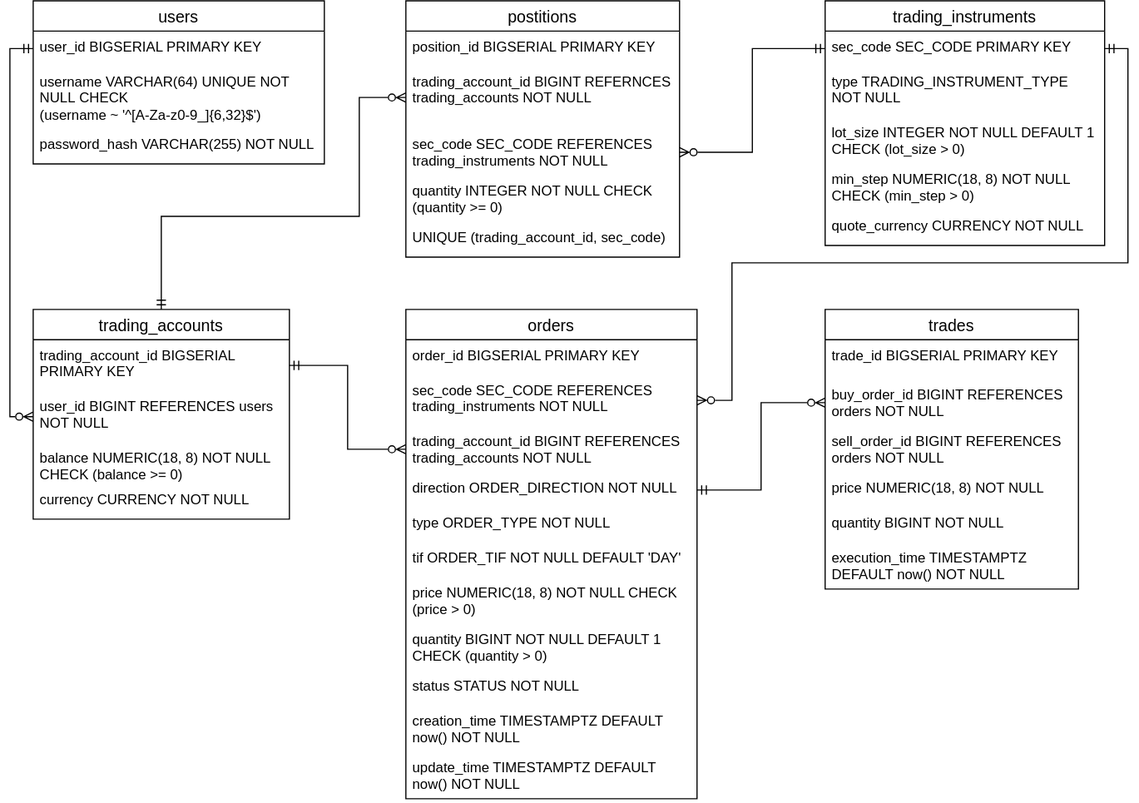
This is doc/physical-model.svg from vodobryshkin/mini-exchange, a draw.io export, as it was before one commit. Source tidied: cells renumbered, new cells last; positions are measured from the earlier drawing's top-left corner, leaving out a move shared by most shapes.
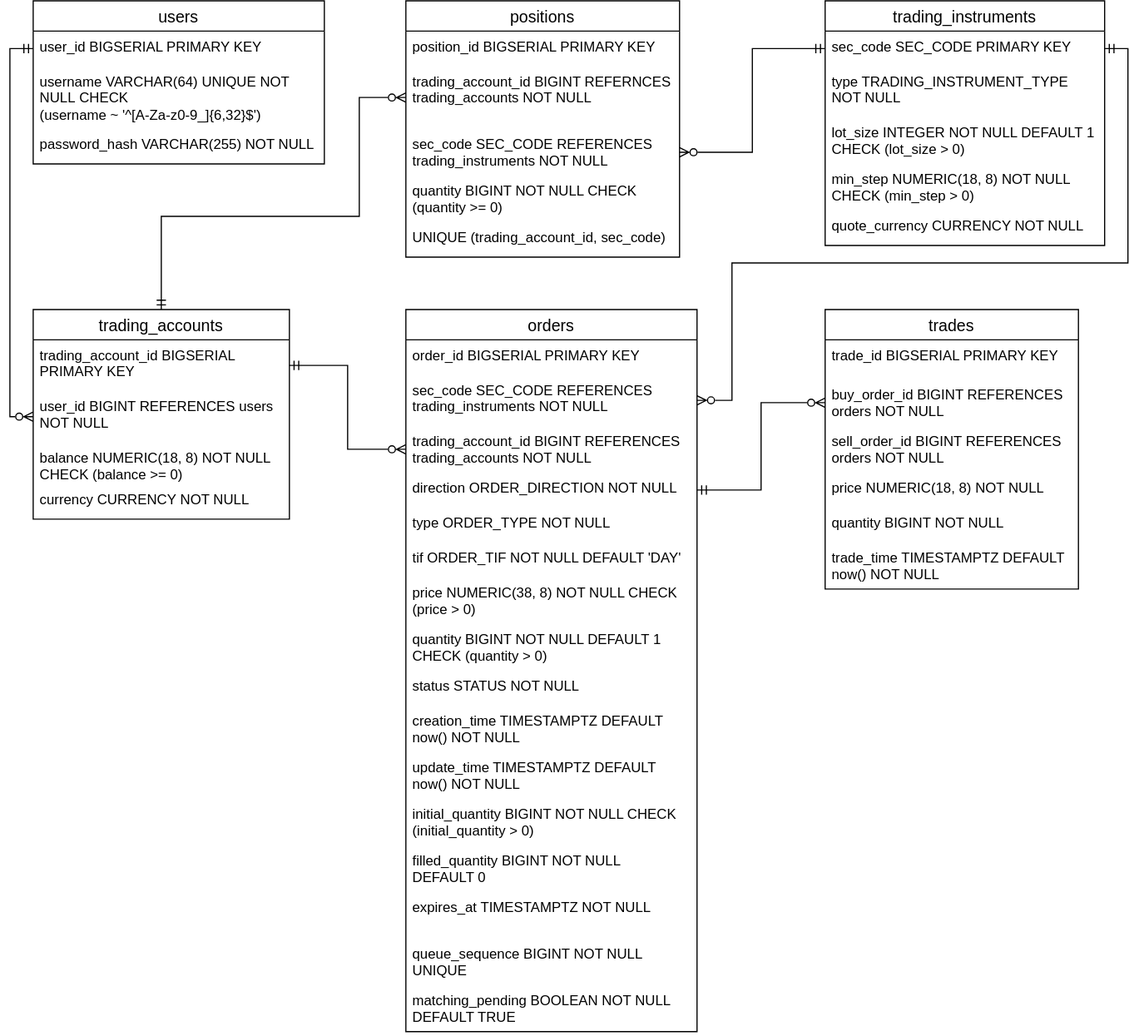
After the change.

Commit message:
Обновил физическую модель и синхронизировал с compose.yaml

Diff of the diagram source:
```diff
@@ -48,7 +48,7 @@
       <mxGeometry y="150" width="220" height="30" as="geometry" />
     </mxCell>
     <mxCell id="17" value="orders" style="swimlane;fontStyle=0;horizontal=1;startSize=26;align=center;fontSize=14;" parent="1" vertex="1">
-      <mxGeometry x="320" y="265" width="250" height="420" as="geometry" />
+      <mxGeometry x="320" y="265" width="250" height="620" as="geometry" />
     </mxCell>
     <mxCell id="18" value="order_id BIGSERIAL PRIMARY KEY" style="text;strokeColor=none;fillColor=none;spacingLeft=4;spacingRight=4;overflow=hidden;fontSize=12;whiteSpace=wrap;html=1;" parent="17" vertex="1">
       <mxGeometry y="26" width="250" height="30" as="geometry" />
@@ -68,7 +68,7 @@
     <mxCell id="23" value="tif ORDER_TIF NOT NULL DEFAULT 'DAY'" style="text;strokeColor=none;fillColor=none;spacingLeft=4;spacingRight=4;overflow=hidden;fontSize=12;whiteSpace=wrap;html=1;" parent="17" vertex="1">
       <mxGeometry y="200" width="250" height="30" as="geometry" />
     </mxCell>
-    <mxCell id="24" value="price NUMERIC(18, 8) NOT NULL CHECK (price &amp;gt; 0)" style="text;strokeColor=none;fillColor=none;spacingLeft=4;spacingRight=4;overflow=hidden;fontSize=12;whiteSpace=wrap;html=1;" parent="17" vertex="1">
+    <mxCell id="24" value="price NUMERIC(38, 8) NOT NULL CHECK (price &amp;gt; 0)" style="text;strokeColor=none;fillColor=none;spacingLeft=4;spacingRight=4;overflow=hidden;fontSize=12;whiteSpace=wrap;html=1;" parent="17" vertex="1">
       <mxGeometry y="230" width="250" height="40" as="geometry" />
     </mxCell>
     <mxCell id="25" value="quantity BIGINT NOT NULL DEFAULT 1 CHECK (quantity &amp;gt; 0)" style="text;strokeColor=none;fillColor=none;spacingLeft=4;spacingRight=4;overflow=hidden;fontSize=12;whiteSpace=wrap;html=1;" parent="17" vertex="1">
@@ -83,6 +83,21 @@
     <mxCell id="28" value="update_time TIMESTAMPTZ DEFAULT now() NOT NULL" style="text;strokeColor=none;fillColor=none;spacingLeft=4;spacingRight=4;overflow=hidden;fontSize=12;whiteSpace=wrap;html=1;" parent="17" vertex="1">
       <mxGeometry y="380" width="250" height="40" as="geometry" />
     </mxCell>
+    <mxCell id="48" value="initial_quantity BIGINT NOT NULL CHECK (initial_quantity &amp;gt; 0)" style="text;strokeColor=none;fillColor=none;spacingLeft=4;spacingRight=4;overflow=hidden;fontSize=12;whiteSpace=wrap;html=1;" parent="17" vertex="1">
+      <mxGeometry y="420" width="250" height="40" as="geometry" />
+    </mxCell>
+    <mxCell id="49" value="filled_quantity BIGINT NOT NULL &lt;br&gt;DEFAULT 0" style="text;strokeColor=none;fillColor=none;spacingLeft=4;spacingRight=4;overflow=hidden;fontSize=12;whiteSpace=wrap;html=1;" parent="17" vertex="1">
+      <mxGeometry y="460" width="250" height="40" as="geometry" />
+    </mxCell>
+    <mxCell id="50" value="expires_at TIMESTAMPTZ NOT NULL" style="text;strokeColor=none;fillColor=none;spacingLeft=4;spacingRight=4;overflow=hidden;fontSize=12;whiteSpace=wrap;html=1;" parent="17" vertex="1">
+      <mxGeometry y="500" width="250" height="40" as="geometry" />
+    </mxCell>
+    <mxCell id="51" value="queue_sequence BIGINT NOT NULL UNIQUE" style="text;strokeColor=none;fillColor=none;spacingLeft=4;spacingRight=4;overflow=hidden;fontSize=12;whiteSpace=wrap;html=1;" parent="17" vertex="1">
+      <mxGeometry y="540" width="250" height="40" as="geometry" />
+    </mxCell>
+    <mxCell id="52" value="matching_pending BOOLEAN NOT NULL DEFAULT TRUE" style="text;strokeColor=none;fillColor=none;spacingLeft=4;spacingRight=4;overflow=hidden;fontSize=12;whiteSpace=wrap;html=1;" parent="17" vertex="1">
+      <mxGeometry y="580" width="250" height="40" as="geometry" />
+    </mxCell>
     <mxCell id="29" style="edgeStyle=orthogonalEdgeStyle;rounded=0;jettySize=auto;html=1;entryX=0;entryY=0.5;entryDx=0;entryDy=0;exitX=0;exitY=0.5;exitDx=0;exitDy=0;startArrow=ERmandOne;startFill=0;endArrow=ERzeroToMany;endFill=0;" parent="1" edge="1" source="3" target="14">
       <mxGeometry relative="1" as="geometry" />
     </mxCell>
@@ -117,13 +132,13 @@
     <mxCell id="37" value="quantity BIGINT&amp;nbsp;NOT NULL" style="text;strokeColor=none;fillColor=none;spacingLeft=4;spacingRight=4;overflow=hidden;fontSize=12;whiteSpace=wrap;html=1;" parent="32" vertex="1">
       <mxGeometry y="170" width="217.5" height="30" as="geometry" />
     </mxCell>
-    <mxCell id="38" value="execution_time TIMESTAMPTZ DEFAULT now() NOT NULL" style="text;strokeColor=none;fillColor=none;spacingLeft=4;spacingRight=4;overflow=hidden;fontSize=12;whiteSpace=wrap;html=1;" parent="32" vertex="1">
+    <mxCell id="38" value="trade_time TIMESTAMPTZ DEFAULT now() NOT NULL" style="text;strokeColor=none;fillColor=none;spacingLeft=4;spacingRight=4;overflow=hidden;fontSize=12;whiteSpace=wrap;html=1;" parent="32" vertex="1">
       <mxGeometry y="200" width="217.5" height="40" as="geometry" />
     </mxCell>
     <mxCell id="39" style="edgeStyle=orthogonalEdgeStyle;rounded=0;jettySize=auto;html=1;entryX=0;entryY=0.5;entryDx=0;entryDy=0;startArrow=ERmandOne;startFill=0;endArrow=ERzeroToMany;endFill=0;" parent="1" edge="1" source="21" target="34">
       <mxGeometry relative="1" as="geometry" />
     </mxCell>
-    <mxCell id="40" value="postitions" style="swimlane;fontStyle=0;horizontal=1;startSize=26;align=center;fontSize=14;" parent="1" vertex="1">
+    <mxCell id="40" value="positions" style="swimlane;fontStyle=0;horizontal=1;startSize=26;align=center;fontSize=14;" parent="1" vertex="1">
       <mxGeometry x="320" width="235" height="220" as="geometry" />
     </mxCell>
     <mxCell id="41" value="position_id BIGSERIAL PRIMARY KEY" style="text;strokeColor=none;fillColor=none;spacingLeft=4;spacingRight=4;overflow=hidden;fontSize=12;whiteSpace=wrap;html=1;" parent="40" vertex="1">
@@ -135,7 +150,7 @@
     <mxCell id="43" value="sec_code SEC_CODE REFERENCES trading_instruments NOT NULL" style="text;strokeColor=none;fillColor=none;spacingLeft=4;spacingRight=4;overflow=hidden;points=[[0,0.5],[1,0.5]];portConstraint=eastwest;fontSize=12;whiteSpace=wrap;html=1;" parent="40" vertex="1">
       <mxGeometry y="110" width="235" height="40" as="geometry" />
     </mxCell>
-    <mxCell id="44" value="quantity INTEGER NOT NULL CHECK (quantity &amp;gt;= 0)" style="text;strokeColor=none;fillColor=none;spacingLeft=4;spacingRight=4;overflow=hidden;fontSize=12;whiteSpace=wrap;html=1;" parent="40" vertex="1">
+    <mxCell id="44" value="quantity BIGINT NOT NULL CHECK (quantity &amp;gt;= 0)" style="text;strokeColor=none;fillColor=none;spacingLeft=4;spacingRight=4;overflow=hidden;fontSize=12;whiteSpace=wrap;html=1;" parent="40" vertex="1">
       <mxGeometry y="150" width="235" height="40" as="geometry" />
     </mxCell>
     <mxCell id="45" value="UNIQUE (trading_account_id, sec_code)" style="text;strokeColor=none;fillColor=none;spacingLeft=4;spacingRight=4;overflow=hidden;fontSize=12;whiteSpace=wrap;html=1;" parent="40" vertex="1">
```
